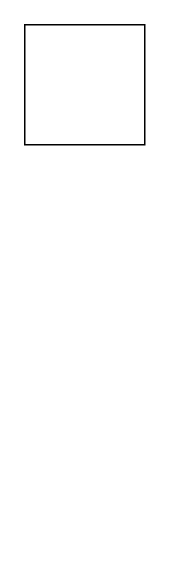
Above: Untitled Diagram.drawio in xiaogangdengdai/firstDemo (draw.io), before the change. Source tidied: cells renumbered, new cells numbered last; positions are measured from the earlier drawing's top-left corner, leaving out a move shared by most shapes. Both pictures are drawn from the tidied source at 150%, with x=0, y=0 at pixel (24, 24).
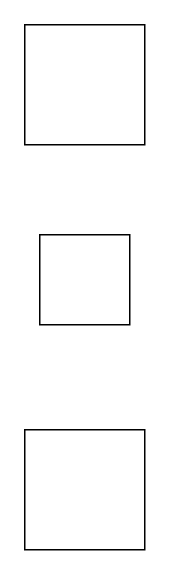
The same diagram, later.

What changed in the source:
```diff
@@
 <mxGraphModel>
   <root>
     <mxCell id="0" />
     <mxCell id="1" parent="0" />
     <mxCell id="2" style="whiteSpace=wrap;html=1;" parent="1" vertex="1">
       <mxGeometry width="80" height="80" as="geometry" />
     </mxCell>
+    <mxCell id="3" style="whiteSpace=wrap;html=1;" parent="1" vertex="1">
+      <mxGeometry x="10" y="140" width="60" height="60" as="geometry" />
+    </mxCell>
+    <mxCell id="4" style="whiteSpace=wrap;html=1;" parent="1" vertex="1">
+      <mxGeometry y="270" width="80" height="80" as="geometry" />
+    </mxCell>
   </root>
 </mxGraphModel>
```
